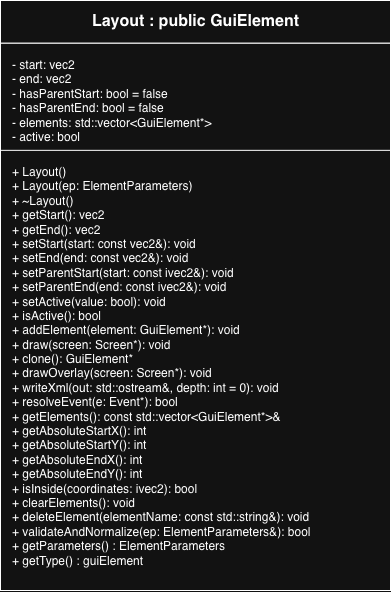
The draw.io diagram images/Layout_UML.png in cgreen2048/ArtHuddle, before a commit. Source tidied: cells renumbered, new cells last; positions are measured from the earlier drawing's top-left corner, leaving out a move shared by most shapes.
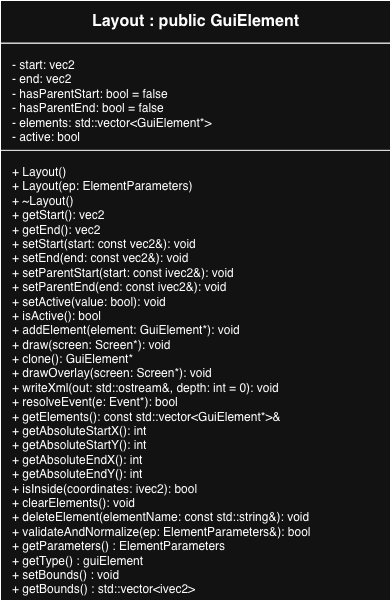
Above is the later version.

Change to the diagram source:
```diff
@@ -3,7 +3,7 @@
     <mxCell id="0" />
     <mxCell id="1" parent="0" />
     <mxCell id="2" style="shape=rectangle;whiteSpace=wrap;html=1;" parent="1" vertex="1">
-      <mxGeometry width="390" height="590" as="geometry" />
+      <mxGeometry width="390" height="600" as="geometry" />
     </mxCell>
     <mxCell id="3" value="&lt;b&gt;Layout : public GuiElement&lt;/b&gt;" style="shape=rectangle;html=1;align=center;verticalAlign=middle;fontStyle=1;fontSize=16;" parent="2" vertex="1">
       <mxGeometry width="390" height="42.8" as="geometry" />
@@ -11,8 +11,8 @@
     <mxCell id="4" value=" - start: vec2&lt;br&gt; - end: vec2&lt;br&gt; - hasParentStart: bool = false&lt;br&gt; - hasParentEnd: bool = false&lt;br&gt; - elements: std::vector&amp;lt;GuiElement*&amp;gt;&lt;br&gt; - active: bool         " style="shape=rectangle;html=1;align=left;verticalAlign=top;spacingLeft=10;spacingTop=8;" parent="2" vertex="1">
       <mxGeometry y="42.8" width="390" height="128.3" as="geometry" />
     </mxCell>
-    <mxCell id="5" value=" + Layout()&lt;br&gt; + Layout(ep: ElementParameters)&lt;br&gt; + ~Layout()&lt;br&gt; + getStart(): vec2&lt;br&gt; + getEnd(): vec2&lt;br&gt; + setStart(start: const vec2&amp;amp;): void&lt;br&gt; + setEnd(end: const vec2&amp;amp;): void&lt;br&gt; + setParentStart(start: const ivec2&amp;amp;): void&lt;br&gt; + setParentEnd(end: const ivec2&amp;amp;): void&lt;br&gt; + setActive(value: bool): void&lt;br&gt; + isActive(): bool&lt;br&gt; + addElement(element: GuiElement*): void&lt;br&gt; + draw(screen: Screen*): void&lt;br&gt; + clone(): GuiElement*&lt;br&gt; + drawOverlay(screen: Screen*): void&lt;br&gt; + writeXml(out: std::ostream&amp;amp;, depth: int = 0): void&lt;br&gt; + resolveEvent(e: Event*): bool&lt;br&gt; + getElements(): const std::vector&amp;lt;GuiElement*&amp;gt;&amp;amp;&lt;br&gt; + getAbsoluteStartX(): int&lt;br&gt; + getAbsoluteStartY(): int&lt;br&gt; + getAbsoluteEndX(): int&lt;br&gt; + getAbsoluteEndY(): int&lt;br&gt; + isInside(coordinates: ivec2): bool&lt;br&gt; + clearElements(): void&lt;br&gt; + deleteElement(elementName: const std::string&amp;amp;): void&lt;br&gt; + validateAndNormalize(ep: ElementParameters&amp;amp;): bool&lt;div&gt;+ getParameters() : ElementParameters&lt;/div&gt;&lt;div&gt;+ getType() : guiElement&lt;/div&gt;" style="shape=rectangle;html=1;align=left;verticalAlign=top;spacingLeft=10;spacingTop=8;" parent="2" vertex="1">
-      <mxGeometry y="149.8" width="390" height="440.2" as="geometry" />
+    <mxCell id="5" value=" + Layout()&lt;br&gt; + Layout(ep: ElementParameters)&lt;br&gt; + ~Layout()&lt;br&gt; + getStart(): vec2&lt;br&gt; + getEnd(): vec2&lt;br&gt; + setStart(start: const vec2&amp;amp;): void&lt;br&gt; + setEnd(end: const vec2&amp;amp;): void&lt;br&gt; + setParentStart(start: const ivec2&amp;amp;): void&lt;br&gt; + setParentEnd(end: const ivec2&amp;amp;): void&lt;br&gt; + setActive(value: bool): void&lt;br&gt; + isActive(): bool&lt;br&gt; + addElement(element: GuiElement*): void&lt;br&gt; + draw(screen: Screen*): void&lt;br&gt; + clone(): GuiElement*&lt;br&gt; + drawOverlay(screen: Screen*): void&lt;br&gt; + writeXml(out: std::ostream&amp;amp;, depth: int = 0): void&lt;br&gt; + resolveEvent(e: Event*): bool&lt;br&gt; + getElements(): const std::vector&amp;lt;GuiElement*&amp;gt;&amp;amp;&lt;br&gt; + getAbsoluteStartX(): int&lt;br&gt; + getAbsoluteStartY(): int&lt;br&gt; + getAbsoluteEndX(): int&lt;br&gt; + getAbsoluteEndY(): int&lt;br&gt; + isInside(coordinates: ivec2): bool&lt;br&gt; + clearElements(): void&lt;br&gt; + deleteElement(elementName: const std::string&amp;amp;): void&lt;br&gt; + validateAndNormalize(ep: ElementParameters&amp;amp;): bool&lt;div&gt;+ getParameters() : ElementParameters&lt;/div&gt;&lt;div&gt;+ getType() : guiElement&lt;/div&gt;&lt;div&gt;&lt;div&gt;+ setBounds() : void&lt;/div&gt;&lt;div&gt;+ getBounds() : std::vector&amp;lt;ivec2&amp;gt;&lt;/div&gt;&lt;/div&gt;" style="shape=rectangle;html=1;align=left;verticalAlign=top;spacingLeft=10;spacingTop=8;" parent="2" vertex="1">
+      <mxGeometry y="149.8" width="390" height="450.2" as="geometry" />
     </mxCell>
   </root>
 </mxGraphModel>
```
